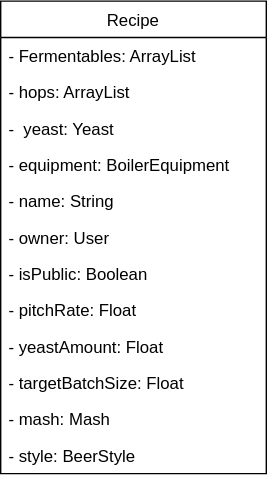
Earlier version of the draw.io export src/UML/RecipeUML.svg (Arciesis/BeerOCraftWeb). Source tidied: cells renumbered, new cells last; positions are measured from the earlier drawing's top-left corner, leaving out a move shared by most shapes. The source it was exported from:
```xml
<mxGraphModel>
  <root>
    <mxCell id="0" />
    <mxCell id="1" parent="0" />
    <mxCell id="2" value="Recipe" style="swimlane;fontStyle=0;horizontal=1;startSize=26;fillColor=none;" parent="1" vertex="1">
      <mxGeometry width="190" height="338" as="geometry" />
    </mxCell>
    <mxCell id="3" value="- Fermentables: ArrayList" style="text;strokeColor=none;fillColor=none;align=left;verticalAlign=top;spacingLeft=4;spacingRight=4;overflow=hidden;" parent="2" vertex="1">
      <mxGeometry y="26" width="190" height="26" as="geometry" />
    </mxCell>
    <mxCell id="4" value="- hops: ArrayList" style="text;strokeColor=none;fillColor=none;align=left;verticalAlign=top;spacingLeft=4;spacingRight=4;overflow=hidden;" parent="2" vertex="1">
      <mxGeometry y="52" width="190" height="26" as="geometry" />
    </mxCell>
    <mxCell id="5" value="-  yeast: Yeast" style="text;strokeColor=none;fillColor=none;align=left;verticalAlign=top;spacingLeft=4;spacingRight=4;overflow=hidden;" parent="2" vertex="1">
      <mxGeometry y="78" width="190" height="26" as="geometry" />
    </mxCell>
    <mxCell id="6" value="- equipment: BoilerEquipment" style="text;strokeColor=none;fillColor=none;align=left;verticalAlign=top;spacingLeft=4;spacingRight=4;overflow=hidden;" parent="2" vertex="1">
      <mxGeometry y="104" width="190" height="26" as="geometry" />
    </mxCell>
    <mxCell id="7" value="- name: String" style="text;strokeColor=none;fillColor=none;align=left;verticalAlign=top;spacingLeft=4;spacingRight=4;overflow=hidden;" parent="2" vertex="1">
      <mxGeometry y="130" width="190" height="26" as="geometry" />
    </mxCell>
    <mxCell id="8" value="- owner: User" style="text;strokeColor=none;fillColor=none;align=left;verticalAlign=top;spacingLeft=4;spacingRight=4;overflow=hidden;" parent="2" vertex="1">
      <mxGeometry y="156" width="190" height="26" as="geometry" />
    </mxCell>
    <mxCell id="9" value="- isPublic: Boolean" style="text;strokeColor=none;fillColor=none;align=left;verticalAlign=top;spacingLeft=4;spacingRight=4;overflow=hidden;" parent="2" vertex="1">
      <mxGeometry y="182" width="190" height="26" as="geometry" />
    </mxCell>
    <mxCell id="10" value="- pitchRate: Float" style="text;strokeColor=none;fillColor=none;align=left;verticalAlign=top;spacingLeft=4;spacingRight=4;overflow=hidden;" parent="2" vertex="1">
      <mxGeometry y="208" width="190" height="26" as="geometry" />
    </mxCell>
    <mxCell id="11" value="- yeastAmount: Float" style="text;strokeColor=none;fillColor=none;align=left;verticalAlign=top;spacingLeft=4;spacingRight=4;overflow=hidden;" parent="2" vertex="1">
      <mxGeometry y="234" width="190" height="26" as="geometry" />
    </mxCell>
    <mxCell id="12" value="- targetBatchSize: Float" style="text;strokeColor=none;fillColor=none;align=left;verticalAlign=top;spacingLeft=4;spacingRight=4;overflow=hidden;" parent="2" vertex="1">
      <mxGeometry y="260" width="190" height="26" as="geometry" />
    </mxCell>
    <mxCell id="13" value="- mash: Mash" style="text;strokeColor=none;fillColor=none;align=left;verticalAlign=top;spacingLeft=4;spacingRight=4;overflow=hidden;" parent="2" vertex="1">
      <mxGeometry y="286" width="190" height="26" as="geometry" />
    </mxCell>
    <mxCell id="14" value="- style: BeerStyle" style="text;strokeColor=none;fillColor=none;align=left;verticalAlign=top;spacingLeft=4;spacingRight=4;overflow=hidden;" parent="2" vertex="1">
      <mxGeometry y="312" width="190" height="26" as="geometry" />
    </mxCell>
  </root>
</mxGraphModel>
```
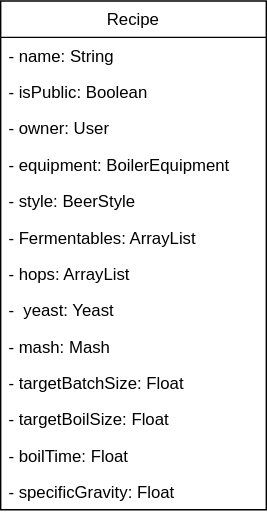
Above is the later version.

Change to the diagram source:
```diff
@@ -3,43 +3,46 @@
     <mxCell id="0" />
     <mxCell id="1" parent="0" />
     <mxCell id="2" value="Recipe" style="swimlane;fontStyle=0;horizontal=1;startSize=26;fillColor=none;" parent="1" vertex="1">
-      <mxGeometry width="190" height="338" as="geometry" />
+      <mxGeometry width="190" height="364" as="geometry" />
     </mxCell>
+    <mxCell id="7" value="- name: String" style="text;strokeColor=none;fillColor=none;align=left;verticalAlign=top;spacingLeft=4;spacingRight=4;overflow=hidden;" parent="2" vertex="1">
+      <mxGeometry y="26" width="190" height="26" as="geometry" />
+    </mxCell>
+    <mxCell id="9" value="- isPublic: Boolean" style="text;strokeColor=none;fillColor=none;align=left;verticalAlign=top;spacingLeft=4;spacingRight=4;overflow=hidden;" parent="2" vertex="1">
+      <mxGeometry y="52" width="190" height="26" as="geometry" />
+    </mxCell>
+    <mxCell id="8" value="- owner: User" style="text;strokeColor=none;fillColor=none;align=left;verticalAlign=top;spacingLeft=4;spacingRight=4;overflow=hidden;" parent="2" vertex="1">
+      <mxGeometry y="78" width="190" height="26" as="geometry" />
+    </mxCell>
+    <mxCell id="6" value="- equipment: BoilerEquipment" style="text;strokeColor=none;fillColor=none;align=left;verticalAlign=top;spacingLeft=4;spacingRight=4;overflow=hidden;" parent="2" vertex="1">
+      <mxGeometry y="104" width="190" height="26" as="geometry" />
+    </mxCell>
+    <mxCell id="14" value="- style: BeerStyle" style="text;strokeColor=none;fillColor=none;align=left;verticalAlign=top;spacingLeft=4;spacingRight=4;overflow=hidden;" parent="2" vertex="1">
+      <mxGeometry y="130" width="190" height="26" as="geometry" />
+    </mxCell>
     <mxCell id="3" value="- Fermentables: ArrayList" style="text;strokeColor=none;fillColor=none;align=left;verticalAlign=top;spacingLeft=4;spacingRight=4;overflow=hidden;" parent="2" vertex="1">
-      <mxGeometry y="26" width="190" height="26" as="geometry" />
+      <mxGeometry y="156" width="190" height="26" as="geometry" />
     </mxCell>
     <mxCell id="4" value="- hops: ArrayList" style="text;strokeColor=none;fillColor=none;align=left;verticalAlign=top;spacingLeft=4;spacingRight=4;overflow=hidden;" parent="2" vertex="1">
-      <mxGeometry y="52" width="190" height="26" as="geometry" />
+      <mxGeometry y="182" width="190" height="26" as="geometry" />
     </mxCell>
     <mxCell id="5" value="-  yeast: Yeast" style="text;strokeColor=none;fillColor=none;align=left;verticalAlign=top;spacingLeft=4;spacingRight=4;overflow=hidden;" parent="2" vertex="1">
-      <mxGeometry y="78" width="190" height="26" as="geometry" />
+      <mxGeometry y="208" width="190" height="26" as="geometry" />
     </mxCell>
-    <mxCell id="6" value="- equipment: BoilerEquipment" style="text;strokeColor=none;fillColor=none;align=left;verticalAlign=top;spacingLeft=4;spacingRight=4;overflow=hidden;" parent="2" vertex="1">
-      <mxGeometry y="104" width="190" height="26" as="geometry" />
-    </mxCell>
-    <mxCell id="7" value="- name: String" style="text;strokeColor=none;fillColor=none;align=left;verticalAlign=top;spacingLeft=4;spacingRight=4;overflow=hidden;" parent="2" vertex="1">
-      <mxGeometry y="130" width="190" height="26" as="geometry" />
-    </mxCell>
-    <mxCell id="8" value="- owner: User" style="text;strokeColor=none;fillColor=none;align=left;verticalAlign=top;spacingLeft=4;spacingRight=4;overflow=hidden;" parent="2" vertex="1">
-      <mxGeometry y="156" width="190" height="26" as="geometry" />
-    </mxCell>
-    <mxCell id="9" value="- isPublic: Boolean" style="text;strokeColor=none;fillColor=none;align=left;verticalAlign=top;spacingLeft=4;spacingRight=4;overflow=hidden;" parent="2" vertex="1">
-      <mxGeometry y="182" width="190" height="26" as="geometry" />
-    </mxCell>
-    <mxCell id="10" value="- pitchRate: Float" style="text;strokeColor=none;fillColor=none;align=left;verticalAlign=top;spacingLeft=4;spacingRight=4;overflow=hidden;" parent="2" vertex="1">
-      <mxGeometry y="208" width="190" height="26" as="geometry" />
-    </mxCell>
-    <mxCell id="11" value="- yeastAmount: Float" style="text;strokeColor=none;fillColor=none;align=left;verticalAlign=top;spacingLeft=4;spacingRight=4;overflow=hidden;" parent="2" vertex="1">
-      <mxGeometry y="234" width="190" height="26" as="geometry" />
-    </mxCell>
+    <mxCell id="13" value="- mash: Mash" style="text;strokeColor=none;fillColor=none;align=left;verticalAlign=top;spacingLeft=4;spacingRight=4;overflow=hidden;" parent="2" vertex="1">
+      <mxGeometry y="234" width="190" height="26" as="geometry" />
+    </mxCell>
     <mxCell id="12" value="- targetBatchSize: Float" style="text;strokeColor=none;fillColor=none;align=left;verticalAlign=top;spacingLeft=4;spacingRight=4;overflow=hidden;" parent="2" vertex="1">
       <mxGeometry y="260" width="190" height="26" as="geometry" />
     </mxCell>
-    <mxCell id="13" value="- mash: Mash" style="text;strokeColor=none;fillColor=none;align=left;verticalAlign=top;spacingLeft=4;spacingRight=4;overflow=hidden;" parent="2" vertex="1">
-      <mxGeometry y="286" width="190" height="26" as="geometry" />
-    </mxCell>
-    <mxCell id="14" value="- style: BeerStyle" style="text;strokeColor=none;fillColor=none;align=left;verticalAlign=top;spacingLeft=4;spacingRight=4;overflow=hidden;" parent="2" vertex="1">
-      <mxGeometry y="312" width="190" height="26" as="geometry" />
-    </mxCell>
+    <mxCell id="15" value="- targetBoilSize: Float" style="text;strokeColor=none;fillColor=none;align=left;verticalAlign=top;spacingLeft=4;spacingRight=4;overflow=hidden;" parent="2" vertex="1">
+      <mxGeometry y="286" width="190" height="26" as="geometry" />
+    </mxCell>
+    <mxCell id="16" value="- boilTime: Float" style="text;strokeColor=none;fillColor=none;align=left;verticalAlign=top;spacingLeft=4;spacingRight=4;overflow=hidden;" parent="2" vertex="1">
+      <mxGeometry y="312" width="190" height="26" as="geometry" />
+    </mxCell>
+    <mxCell id="17" value="- specificGravity: Float" style="text;strokeColor=none;fillColor=none;align=left;verticalAlign=top;spacingLeft=4;spacingRight=4;overflow=hidden;" parent="2" vertex="1">
+      <mxGeometry y="338" width="190" height="26" as="geometry" />
+    </mxCell>
   </root>
 </mxGraphModel>
```
